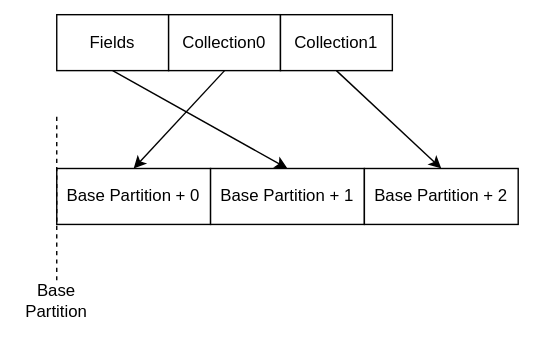
Before: radix-engine/book/src/architecture/system/bp_partition_mapping.drawio.svg, a diagram exported from draw.io (radixdlt/radixdlt-scrypto). Source tidied: cells renumbered, new cells last; positions are measured from the earlier drawing's top-left corner, leaving out a move shared by most shapes.
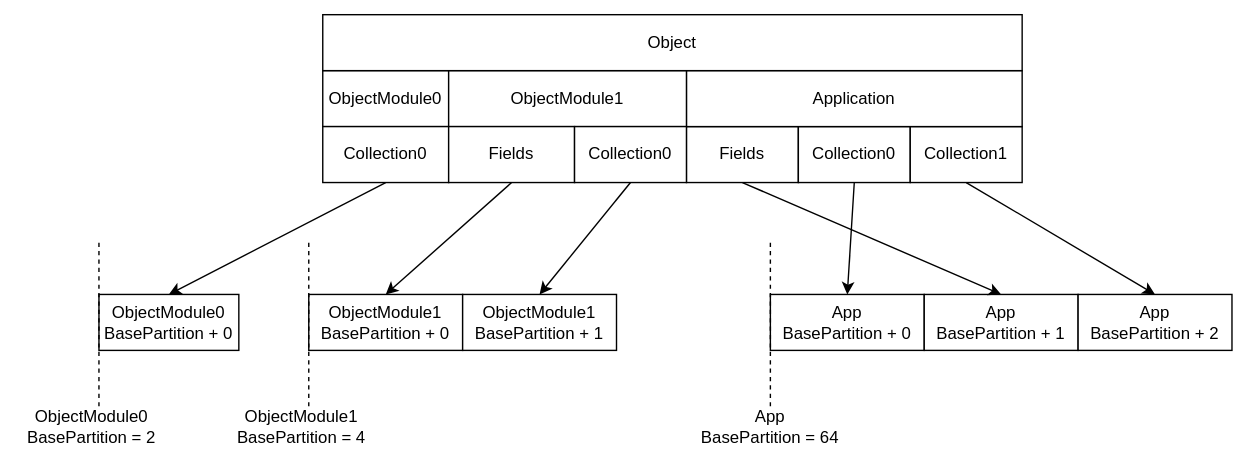
Above is the later version.

What changed in the source:
```diff
@@ -3,31 +3,31 @@
     <mxCell id="0" />
     <mxCell id="1" parent="0" />
     <mxCell id="2" value="Fields" style="rounded=0;whiteSpace=wrap;html=1;" parent="1" vertex="1">
-      <mxGeometry x="30" width="80" height="40" as="geometry" />
+      <mxGeometry x="240" y="10" width="80" height="40" as="geometry" />
     </mxCell>
     <mxCell id="3" value="Collection0" style="rounded=0;whiteSpace=wrap;html=1;" parent="1" vertex="1">
-      <mxGeometry x="110" width="80" height="40" as="geometry" />
+      <mxGeometry x="320" y="10" width="80" height="40" as="geometry" />
     </mxCell>
     <mxCell id="4" value="Collection1" style="rounded=0;whiteSpace=wrap;html=1;" parent="1" vertex="1">
-      <mxGeometry x="190" width="80" height="40" as="geometry" />
+      <mxGeometry x="400" y="10" width="80" height="40" as="geometry" />
     </mxCell>
-    <mxCell id="5" value="Base Partition + 0" style="rounded=0;whiteSpace=wrap;html=1;" parent="1" vertex="1">
-      <mxGeometry x="30" y="110" width="110" height="40" as="geometry" />
+    <mxCell id="5" value="App&lt;div&gt;BasePartition + 0&lt;/div&gt;" style="rounded=0;whiteSpace=wrap;html=1;" parent="1" vertex="1">
+      <mxGeometry x="300" y="130" width="110" height="40" as="geometry" />
     </mxCell>
-    <mxCell id="6" value="Base Partition + 1" style="rounded=0;whiteSpace=wrap;html=1;" parent="1" vertex="1">
-      <mxGeometry x="140" y="110" width="110" height="40" as="geometry" />
+    <mxCell id="6" value="App&lt;div&gt;BasePartition + 1&lt;/div&gt;" style="rounded=0;whiteSpace=wrap;html=1;" parent="1" vertex="1">
+      <mxGeometry x="410" y="130" width="110" height="40" as="geometry" />
     </mxCell>
-    <mxCell id="7" value="Base Partition + 2" style="rounded=0;whiteSpace=wrap;html=1;" parent="1" vertex="1">
-      <mxGeometry x="250" y="110" width="110" height="40" as="geometry" />
+    <mxCell id="7" value="App&lt;div&gt;BasePartition + 2&lt;/div&gt;" style="rounded=0;whiteSpace=wrap;html=1;" parent="1" vertex="1">
+      <mxGeometry x="520" y="130" width="110" height="40" as="geometry" />
     </mxCell>
     <mxCell id="8" style="endArrow=none;html=1;rounded=0;dashed=1;" parent="1" edge="1">
       <mxGeometry relative="1" as="geometry">
-        <mxPoint x="30" y="190" as="sourcePoint" />
-        <mxPoint x="30" y="70" as="targetPoint" />
+        <mxPoint x="300" y="210" as="sourcePoint" />
+        <mxPoint x="300" y="90" as="targetPoint" />
       </mxGeometry>
     </mxCell>
-    <mxCell id="9" value="Base Partition" style="text;html=1;align=center;verticalAlign=middle;whiteSpace=wrap;rounded=0;" parent="1" vertex="1">
-      <mxGeometry y="190" width="60" height="30" as="geometry" />
+    <mxCell id="9" value="App&lt;div&gt;BasePartition = 64&lt;/div&gt;" style="text;html=1;align=center;verticalAlign=middle;whiteSpace=wrap;rounded=0;" parent="1" vertex="1">
+      <mxGeometry x="230" y="210" width="140" height="30" as="geometry" />
     </mxCell>
     <mxCell id="10" style="endArrow=classic;html=1;rounded=0;exitX=0.5;exitY=1;exitDx=0;exitDy=0;entryX=0.5;entryY=0;entryDx=0;entryDy=0;" parent="1" edge="1" source="2" target="6">
       <mxGeometry relative="1" as="geometry" />
@@ -38,5 +38,62 @@
     <mxCell id="12" style="endArrow=classic;html=1;rounded=0;exitX=0.5;exitY=1;exitDx=0;exitDy=0;entryX=0.5;entryY=0;entryDx=0;entryDy=0;" parent="1" edge="1" source="4" target="7">
       <mxGeometry relative="1" as="geometry" />
     </mxCell>
+    <mxCell id="13" value="Application" style="rounded=0;whiteSpace=wrap;html=1;" parent="1" vertex="1">
+      <mxGeometry x="240" y="-30" width="240" height="40" as="geometry" />
+    </mxCell>
+    <mxCell id="14" value="ObjectModule0" style="rounded=0;whiteSpace=wrap;html=1;" parent="1" vertex="1">
+      <mxGeometry x="-20" y="-30" width="90" height="40" as="geometry" />
+    </mxCell>
+    <mxCell id="15" value="Collection0" style="rounded=0;whiteSpace=wrap;html=1;" parent="1" vertex="1">
+      <mxGeometry x="-20" y="10" width="90" height="40" as="geometry" />
+    </mxCell>
+    <mxCell id="16" value="ObjectModule1" style="rounded=0;whiteSpace=wrap;html=1;" parent="1" vertex="1">
+      <mxGeometry x="70" y="-30" width="170" height="40" as="geometry" />
+    </mxCell>
+    <mxCell id="17" value="Fields" style="rounded=0;whiteSpace=wrap;html=1;" parent="1" vertex="1">
+      <mxGeometry x="70" y="10" width="90" height="40" as="geometry" />
+    </mxCell>
+    <mxCell id="18" value="ObjectModule0 BasePartition + 0" style="rounded=0;whiteSpace=wrap;html=1;" parent="1" vertex="1">
+      <mxGeometry x="-180" y="130" width="100" height="40" as="geometry" />
+    </mxCell>
+    <mxCell id="19" value="ObjectModule1 BasePartition + 0" style="rounded=0;whiteSpace=wrap;html=1;" parent="1" vertex="1">
+      <mxGeometry x="-30" y="130" width="110" height="40" as="geometry" />
+    </mxCell>
+    <mxCell id="20" value="ObjectModule1 BasePartition + 1" style="rounded=0;whiteSpace=wrap;html=1;" parent="1" vertex="1">
+      <mxGeometry x="80" y="130" width="110" height="40" as="geometry" />
+    </mxCell>
+    <mxCell id="21" style="endArrow=classic;html=1;rounded=0;exitX=0.5;exitY=1;exitDx=0;exitDy=0;entryX=0.5;entryY=0;entryDx=0;entryDy=0;" parent="1" edge="1" source="15" target="18">
+      <mxGeometry relative="1" as="geometry" />
+    </mxCell>
+    <mxCell id="22" value="Collection0" style="rounded=0;whiteSpace=wrap;html=1;" parent="1" vertex="1">
+      <mxGeometry x="160" y="10" width="80" height="40" as="geometry" />
+    </mxCell>
+    <mxCell id="23" style="endArrow=none;html=1;rounded=0;dashed=1;" parent="1" edge="1">
+      <mxGeometry relative="1" as="geometry">
+        <mxPoint x="-180" y="210" as="sourcePoint" />
+        <mxPoint x="-180" y="90" as="targetPoint" />
+      </mxGeometry>
+    </mxCell>
+    <mxCell id="24" value="ObjectModule0&lt;div&gt;BasePartition = 2&lt;/div&gt;" style="text;html=1;align=center;verticalAlign=middle;whiteSpace=wrap;rounded=0;" parent="1" vertex="1">
+      <mxGeometry x="-240" y="210" width="110" height="30" as="geometry" />
+    </mxCell>
+    <mxCell id="25" style="endArrow=none;html=1;rounded=0;dashed=1;" parent="1" edge="1">
+      <mxGeometry relative="1" as="geometry">
+        <mxPoint x="-30" y="210" as="sourcePoint" />
+        <mxPoint x="-30" y="90" as="targetPoint" />
+      </mxGeometry>
+    </mxCell>
+    <mxCell id="26" value="ObjectModule1 BasePartition = 4" style="text;html=1;align=center;verticalAlign=middle;whiteSpace=wrap;rounded=0;" parent="1" vertex="1">
+      <mxGeometry x="-90" y="210" width="110" height="30" as="geometry" />
+    </mxCell>
+    <mxCell id="27" style="endArrow=classic;html=1;rounded=0;exitX=0.5;exitY=1;exitDx=0;exitDy=0;entryX=0.5;entryY=0;entryDx=0;entryDy=0;" parent="1" edge="1" source="17" target="19">
+      <mxGeometry relative="1" as="geometry" />
+    </mxCell>
+    <mxCell id="28" style="endArrow=classic;html=1;rounded=0;exitX=0.5;exitY=1;exitDx=0;exitDy=0;entryX=0.5;entryY=0;entryDx=0;entryDy=0;" parent="1" edge="1" source="22" target="20">
+      <mxGeometry relative="1" as="geometry" />
+    </mxCell>
+    <mxCell id="29" value="Object" style="rounded=0;whiteSpace=wrap;html=1;" parent="1" vertex="1">
+      <mxGeometry x="-20" y="-70" width="500" height="40" as="geometry" />
+    </mxCell>
   </root>
 </mxGraphModel>
```
